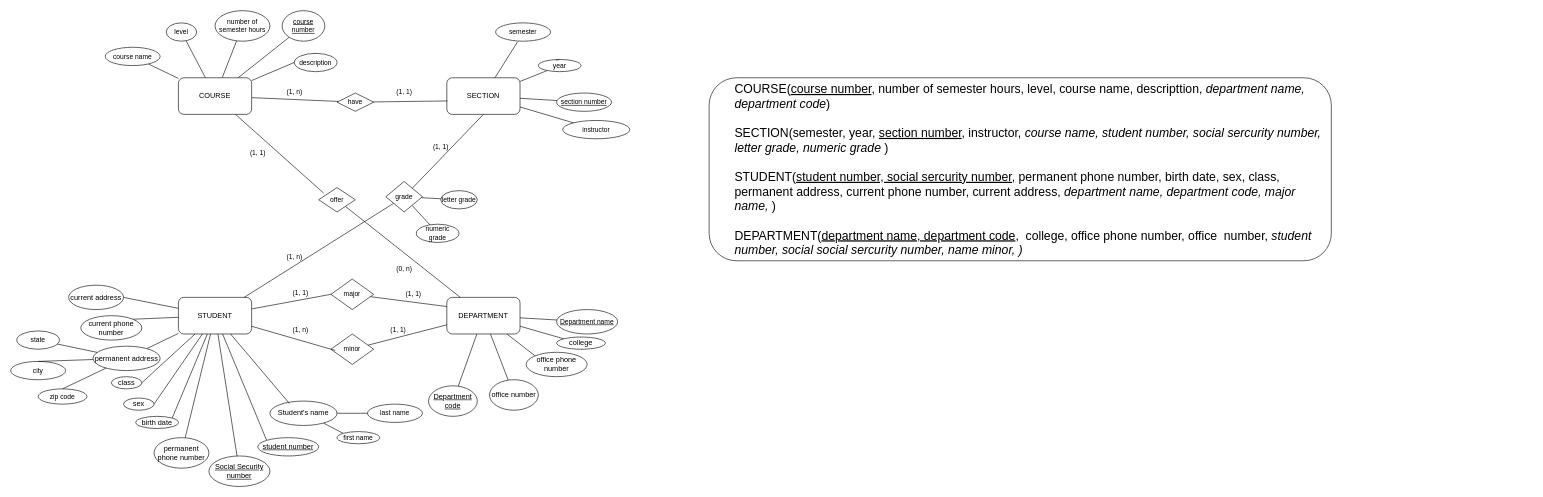
This is university.drawio from phuongman/BTVN_CSDL, a draw.io file, before an edit. Source tidied: cells renumbered, new cells numbered last; positions are measured from the earlier drawing's top-left corner, leaving out a move shared by most shapes. Both pictures are drawn from the tidied source at 61%, with x=0, y=0 at pixel (10, 10).
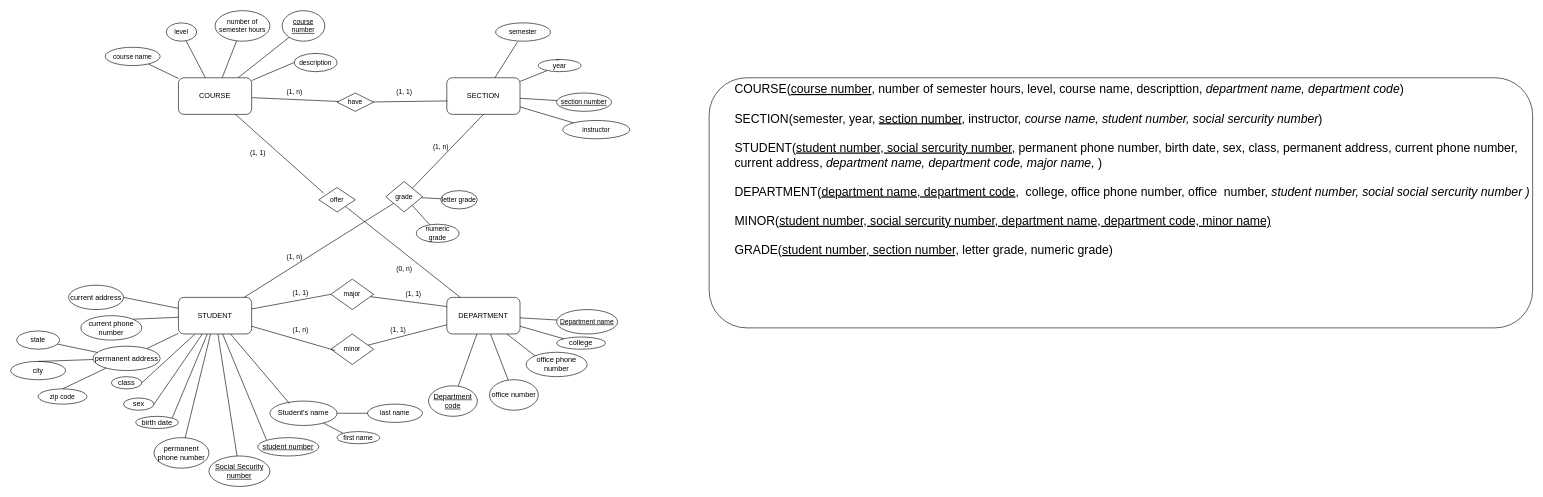
The same diagram, later.

Diff of the diagram source:
```diff
@@
-    <mxCell id="89" value="(1, 1)" style="text;html=1;align=center;verticalAlign=middle;strokeColor=none;fillColor=none;fontSize=11;fontFamily=Helvetica;fontColor=default;" parent="1" vertex="1">
+    <mxCell id="89" value="(1, n)" style="text;html=1;align=center;verticalAlign=middle;strokeColor=none;fillColor=none;fontSize=11;fontFamily=Helvetica;fontColor=default;" parent="1" vertex="1">
       <mxGeometry x="680" y="208" width="50" height="30" as="geometry" />
     </mxCell>
-    <mxCell id="90" value="&lt;blockquote style=&quot;margin: 0px 0px 0px 40px; border: none; padding: 0px; font-size: 20px;&quot;&gt;COURSE(&lt;u&gt;course number&lt;/u&gt;, number of semester hours, level, course name, descripttion, &lt;i&gt;department name, department code&lt;/i&gt;)&lt;/blockquote&gt;&lt;blockquote style=&quot;margin: 0px 0px 0px 40px; border: none; padding: 0px; font-size: 20px;&quot;&gt;&lt;br&gt;&lt;/blockquote&gt;&lt;blockquote style=&quot;margin: 0px 0px 0px 40px; border: none; padding: 0px; font-size: 20px;&quot;&gt;SECTION(semester, year, &lt;u&gt;section number&lt;/u&gt;, instructor, &lt;i&gt;course name, student number, social sercurity number, letter grade, numeric grade&lt;/i&gt;&amp;nbsp;)&lt;/blockquote&gt;&lt;blockquote style=&quot;margin: 0px 0px 0px 40px; border: none; padding: 0px; font-size: 20px;&quot;&gt;&lt;br&gt;&lt;/blockquote&gt;&lt;blockquote style=&quot;margin: 0px 0px 0px 40px; border: none; padding: 0px; font-size: 20px;&quot;&gt;STUDENT(&lt;u&gt;student number, social sercurity number,&lt;/u&gt; permanent phone number, birth date, sex, class, permanent address, current phone number, current address, &lt;i&gt;department name, department code, major name,&lt;/i&gt; )&lt;/blockquote&gt;&lt;blockquote style=&quot;margin: 0px 0px 0px 40px; border: none; padding: 0px; font-size: 20px;&quot;&gt;&lt;br&gt;&lt;/blockquote&gt;&lt;blockquote style=&quot;margin: 0px 0px 0px 40px; border: none; padding: 0px; font-size: 20px;&quot;&gt;DEPARTMENT(&lt;u&gt;department name, department code&lt;/u&gt;,&amp;nbsp; college, office phone number, office&amp;nbsp; number, &lt;i&gt;student number, social social sercurity number, name minor, )&lt;/i&gt;&lt;/blockquote&gt;" style="rounded=1;whiteSpace=wrap;html=1;fontFamily=Helvetica;fontSize=20;fontColor=default;align=left;verticalAlign=top;" parent="1" vertex="1">
-      <mxGeometry x="1145" y="110" width="1020" height="300" as="geometry" />
+    <mxCell id="90" value="&lt;blockquote style=&quot;margin: 0px 0px 0px 40px; border: none; padding: 0px; font-size: 20px;&quot;&gt;COURSE(&lt;u&gt;course number&lt;/u&gt;, number of semester hours, level, course name, descripttion, &lt;i&gt;department name, department code&lt;/i&gt;)&lt;/blockquote&gt;&lt;blockquote style=&quot;margin: 0px 0px 0px 40px; border: none; padding: 0px; font-size: 20px;&quot;&gt;&lt;br&gt;&lt;/blockquote&gt;&lt;blockquote style=&quot;margin: 0px 0px 0px 40px; border: none; padding: 0px; font-size: 20px;&quot;&gt;SECTION(semester, year, &lt;u&gt;section number&lt;/u&gt;, instructor, &lt;i&gt;course name, student number, social sercurity number&lt;/i&gt;)&lt;/blockquote&gt;&lt;blockquote style=&quot;margin: 0px 0px 0px 40px; border: none; padding: 0px; font-size: 20px;&quot;&gt;&lt;br&gt;&lt;/blockquote&gt;&lt;blockquote style=&quot;margin: 0px 0px 0px 40px; border: none; padding: 0px; font-size: 20px;&quot;&gt;STUDENT(&lt;u&gt;student number, social sercurity number,&lt;/u&gt; permanent phone number, birth date, sex, class, permanent address, current phone number, current address, &lt;i&gt;department name, department code, major name,&lt;/i&gt; )&lt;/blockquote&gt;&lt;blockquote style=&quot;margin: 0px 0px 0px 40px; border: none; padding: 0px; font-size: 20px;&quot;&gt;&lt;br&gt;&lt;/blockquote&gt;&lt;blockquote style=&quot;margin: 0px 0px 0px 40px; border: none; padding: 0px; font-size: 20px;&quot;&gt;DEPARTMENT(&lt;u&gt;department name, department code&lt;/u&gt;,&amp;nbsp; college, office phone number, office&amp;nbsp; number, &lt;i&gt;student number, social social sercurity number )&lt;/i&gt;&lt;/blockquote&gt;&lt;blockquote style=&quot;margin: 0px 0px 0px 40px; border: none; padding: 0px; font-size: 20px;&quot;&gt;&lt;i&gt;&lt;br&gt;&lt;/i&gt;&lt;/blockquote&gt;&lt;blockquote style=&quot;margin: 0px 0px 0px 40px; border: none; padding: 0px; font-size: 20px;&quot;&gt;MINOR(&lt;u&gt;student number, social sercurity number, department name, department code, minor name)&lt;/u&gt;&lt;/blockquote&gt;&lt;blockquote style=&quot;margin: 0px 0px 0px 40px; border: none; padding: 0px; font-size: 20px;&quot;&gt;&lt;u&gt;&lt;br&gt;&lt;/u&gt;&lt;/blockquote&gt;&lt;blockquote style=&quot;margin: 0px 0px 0px 40px; border: none; padding: 0px; font-size: 20px;&quot;&gt;GRADE&lt;u&gt;(student number, section number,&lt;/u&gt; letter grade, numeric grade)&lt;/blockquote&gt;" style="rounded=1;whiteSpace=wrap;html=1;fontFamily=Helvetica;fontSize=20;fontColor=default;align=left;verticalAlign=top;" parent="1" vertex="1">
+      <mxGeometry x="1145" y="110" width="1350" height="410" as="geometry" />
     </mxCell>
```
